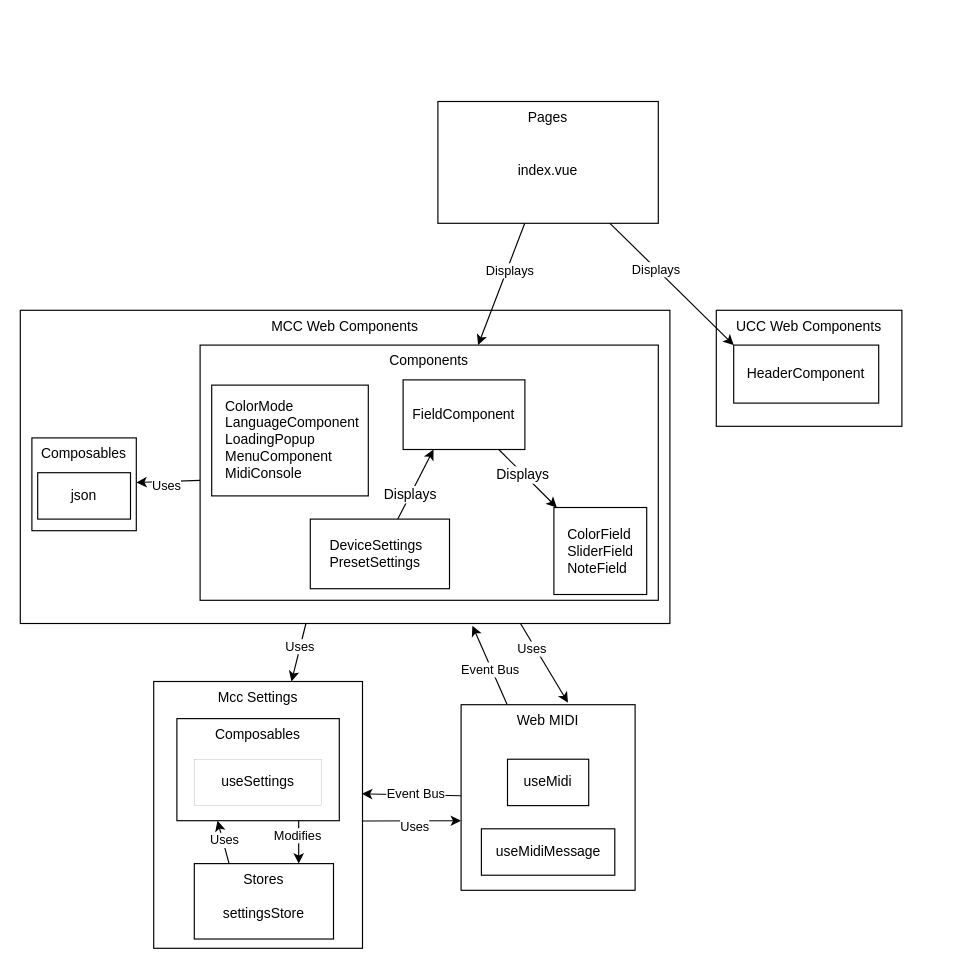
Above: drawio/mcc.drawio in ThomasColin1/rapport_pfe (draw.io), before the change. Source tidied: cells renumbered, new cells numbered last; positions are measured from the earlier drawing's top-left corner, leaving out a move shared by most shapes. Both pictures are drawn from the tidied source at 116%, with x=0, y=0 at pixel (20, 101).
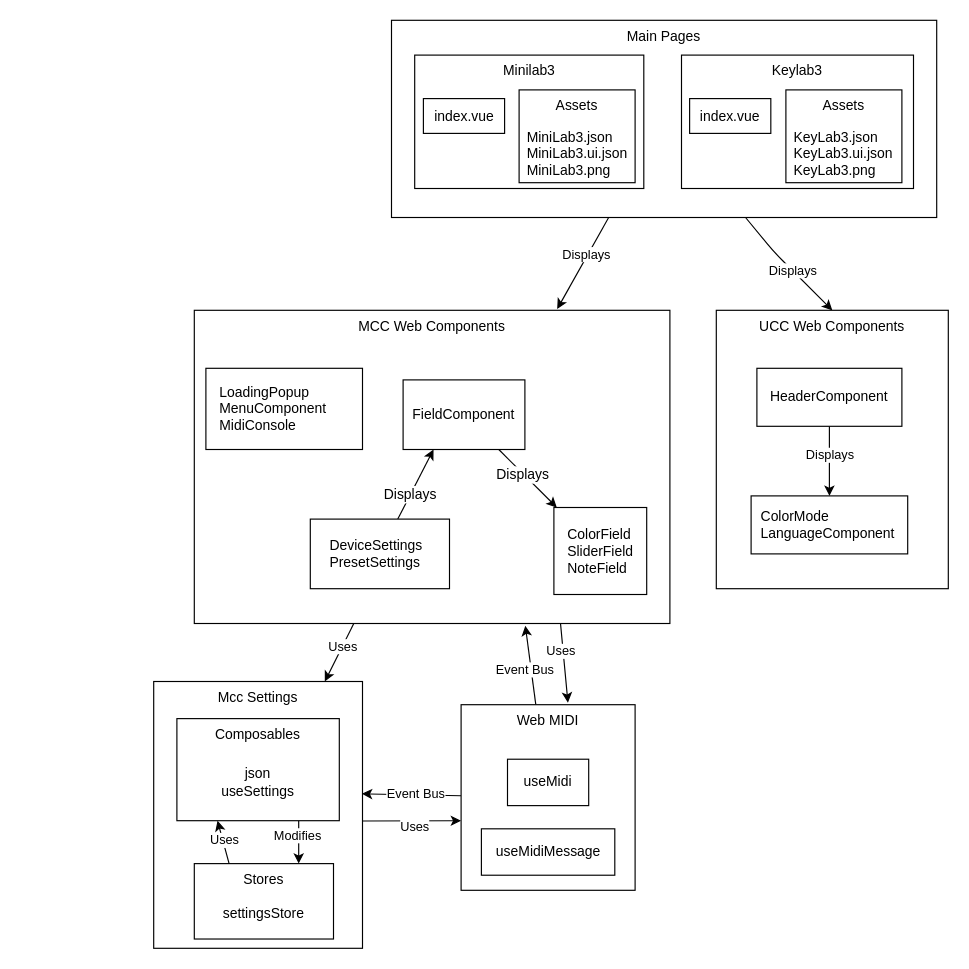
After the change.

Commit message (it also covers changes not shown here):
mcc schema npm

What changed in the source:
```diff
@@
+    <mxCell id="49" style="edgeStyle=none;html=1;entryX=0.763;entryY=-0.004;entryDx=0;entryDy=0;endArrow=classic;endFill=1;entryPerimeter=0;" parent="1" edge="1" source="53" target="12">
+      <mxGeometry relative="1" as="geometry" />
+    </mxCell>
+    <mxCell id="50" value="Displays" style="edgeLabel;html=1;align=center;verticalAlign=middle;" parent="49" vertex="1">
+      <mxGeometry x="-0.19" y="-2" relative="1" as="geometry" />
+    </mxCell>
+    <mxCell id="51" style="edgeStyle=none;html=1;entryX=0.5;entryY=0;entryDx=0;entryDy=0;endArrow=classic;endFill=1;" parent="1" edge="1" source="53" target="45">
+      <mxGeometry relative="1" as="geometry">
+        <Array as="points">
+          <mxPoint x="650" y="130" />
+        </Array>
+      </mxGeometry>
+    </mxCell>
+    <mxCell id="52" value="Displays" style="edgeLabel;html=1;align=center;verticalAlign=middle;" parent="51" vertex="1">
+      <mxGeometry x="0.11" relative="1" as="geometry" />
+    </mxCell>
+    <mxCell id="53" value="Main Pages" style="whiteSpace=wrap;html=1;verticalAlign=top;" parent="1" vertex="1">
+      <mxGeometry x="320" y="-70" width="470" height="170" as="geometry" />
+    </mxCell>
@@
     <mxCell id="12" value="MCC Web Components&lt;br&gt;" style="whiteSpace=wrap;html=1;verticalAlign=top;" parent="1" vertex="1">
-      <mxGeometry y="180" width="560" height="270" as="geometry" />
+      <mxGeometry x="150" y="180" width="410" height="270" as="geometry" />
     </mxCell>
-    <mxCell id="13" style="edgeStyle=none;html=1;" parent="1" edge="1" source="15" target="39">
-      <mxGeometry relative="1" as="geometry" />
-    </mxCell>
-    <mxCell id="14" value="Uses" style="edgeLabel;html=1;align=center;verticalAlign=middle;" parent="13" vertex="1">
-      <mxGeometry x="-0.37" relative="1" as="geometry">
-        <mxPoint x="-13" y="3" as="offset" />
-      </mxGeometry>
-    </mxCell>
-    <mxCell id="15" value="Components&lt;br&gt;" style="whiteSpace=wrap;html=1;verticalAlign=top;" parent="1" vertex="1">
-      <mxGeometry x="155" y="210" width="395" height="220" as="geometry" />
-    </mxCell>
@@
-    <mxCell id="22" style="edgeStyle=none;html=1;" parent="1" edge="1" source="24" target="15">
-      <mxGeometry relative="1" as="geometry" />
-    </mxCell>
-    <mxCell id="23" value="Displays" style="edgeLabel;html=1;align=center;verticalAlign=middle;" parent="22" vertex="1">
-      <mxGeometry x="-0.24" y="2" relative="1" as="geometry" />
-    </mxCell>
-    <mxCell id="24" value="Pages&lt;br&gt;" style="whiteSpace=wrap;html=1;verticalAlign=top;" parent="1" vertex="1">
-      <mxGeometry x="360" width="190" height="105" as="geometry" />
+    <mxCell id="24" value="Minilab3" style="whiteSpace=wrap;html=1;verticalAlign=top;" parent="1" vertex="1">
+      <mxGeometry x="340" y="-40" width="197.5" height="115" as="geometry" />
     </mxCell>
-    <mxCell id="25" value="index.vue" style="text;strokeColor=none;align=center;fillColor=none;html=1;verticalAlign=middle;whiteSpace=wrap;rounded=0;" parent="1" vertex="1">
-      <mxGeometry x="375" y="25" width="160" height="70" as="geometry" />
+    <mxCell id="25" value="index.vue" style="text;strokeColor=default;align=center;fillColor=none;html=1;verticalAlign=middle;whiteSpace=wrap;rounded=0;" parent="1" vertex="1">
+      <mxGeometry x="347.5" y="-2.5" width="70" height="30" as="geometry" />
     </mxCell>
@@
     <mxCell id="36" style="whiteSpace=wrap;html=1;strokeWidth=1;fontSize=12;" parent="1" vertex="1">
-      <mxGeometry x="165" y="244.5" width="135" height="95.5" as="geometry" />
+      <mxGeometry x="160" y="230" width="135" height="70" as="geometry" />
     </mxCell>
-    <mxCell id="37" value="ColorMode&lt;br style=&quot;font-size: 12px;&quot;&gt;LanguageComponent&lt;br style=&quot;font-size: 12px;&quot;&gt;LoadingPopup&lt;br style=&quot;font-size: 12px;&quot;&gt;MenuComponent&lt;br style=&quot;font-size: 12px;&quot;&gt;MidiConsole" style="text;strokeColor=none;align=left;fillColor=none;html=1;verticalAlign=top;whiteSpace=wrap;rounded=0;spacingTop=0;fontSize=12;spacing=2;strokeWidth=1;" parent="1" vertex="1">
-      <mxGeometry x="175" y="248.5" width="125" height="101.5" as="geometry" />
+    <mxCell id="37" value="LoadingPopup&lt;br style=&quot;font-size: 12px;&quot;&gt;MenuComponent&lt;br style=&quot;font-size: 12px;&quot;&gt;MidiConsole" style="text;strokeColor=none;align=left;fillColor=none;html=1;verticalAlign=top;whiteSpace=wrap;rounded=0;spacingTop=0;fontSize=12;spacing=2;strokeWidth=1;" parent="1" vertex="1">
+      <mxGeometry x="170" y="237.2" width="125" height="50" as="geometry" />
     </mxCell>
@@
-    <mxCell id="39" value="Composables" style="whiteSpace=wrap;html=1;verticalAlign=top;" parent="1" vertex="1">
-      <mxGeometry x="10" y="290" width="90" height="80" as="geometry" />
-    </mxCell>
@@
-    <mxCell id="41" value="useSettings" style="whiteSpace=wrap;html=1;strokeWidth=0;fontSize=12;" parent="1" vertex="1">
+    <mxCell id="41" value="json&lt;br&gt;useSettings" style="whiteSpace=wrap;html=1;strokeWidth=1;fontSize=12;strokeColor=none;" parent="1" vertex="1">
       <mxGeometry x="150" y="567" width="110" height="40" as="geometry" />
     </mxCell>
@@
-    <mxCell id="44" value="json" style="whiteSpace=wrap;html=1;strokeWidth=1;fontSize=12;" parent="1" vertex="1">
-      <mxGeometry x="15" y="320" width="80" height="40" as="geometry" />
-    </mxCell>
     <mxCell id="45" value="UCC Web Components" style="whiteSpace=wrap;html=1;verticalAlign=top;" parent="1" vertex="1">
-      <mxGeometry x="600" y="180" width="160" height="100" as="geometry" />
+      <mxGeometry x="600" y="180" width="200" height="240" as="geometry" />
     </mxCell>
+    <mxCell id="54" style="edgeStyle=none;html=1;endArrow=classic;endFill=1;" parent="1" edge="1" source="46" target="62">
+      <mxGeometry relative="1" as="geometry" />
+    </mxCell>
+    <mxCell id="55" value="Displays" style="edgeLabel;html=1;align=center;verticalAlign=middle;" parent="54" vertex="1">
+      <mxGeometry x="-0.21" relative="1" as="geometry" />
+    </mxCell>
     <mxCell id="46" value="HeaderComponent" style="whiteSpace=wrap;html=1;strokeWidth=1;fontSize=12;" parent="1" vertex="1">
-      <mxGeometry x="615" y="210" width="125" height="50" as="geometry" />
+      <mxGeometry x="635" y="230" width="125" height="50" as="geometry" />
     </mxCell>
-    <mxCell id="47" style="edgeStyle=none;html=1;entryX=0;entryY=0;entryDx=0;entryDy=0;" parent="1" edge="1" source="24" target="46">
-      <mxGeometry relative="1" as="geometry" />
-    </mxCell>
-    <mxCell id="48" value="Displays" style="edgeLabel;html=1;align=center;verticalAlign=middle;" parent="47" vertex="1">
-      <mxGeometry x="-0.26" y="-1" relative="1" as="geometry">
-        <mxPoint x="1" as="offset" />
-      </mxGeometry>
-    </mxCell>
+    <mxCell id="56" value="Keylab3" style="whiteSpace=wrap;html=1;verticalAlign=top;" parent="1" vertex="1">
+      <mxGeometry x="570" y="-40" width="200" height="115" as="geometry" />
+    </mxCell>
+    <mxCell id="57" value="Assets" style="text;strokeColor=default;align=center;fillColor=none;html=1;verticalAlign=top;whiteSpace=wrap;rounded=0;" parent="1" vertex="1">
+      <mxGeometry x="430" y="-10" width="100" height="80" as="geometry" />
+    </mxCell>
+    <mxCell id="58" value="MiniLab3.json&lt;br&gt;MiniLab3.ui.json&lt;br&gt;MiniLab3.png" style="text;html=1;align=left;verticalAlign=middle;strokeColor=none;fillColor=none;" parent="1" vertex="1">
+      <mxGeometry x="435" y="15" width="110" height="60" as="geometry" />
+    </mxCell>
+    <mxCell id="59" value="index.vue" style="text;strokeColor=default;align=center;fillColor=none;html=1;verticalAlign=middle;whiteSpace=wrap;rounded=0;" parent="1" vertex="1">
+      <mxGeometry x="577" y="-2.5" width="70" height="30" as="geometry" />
+    </mxCell>
+    <mxCell id="60" value="Assets" style="text;strokeColor=default;align=center;fillColor=none;html=1;verticalAlign=top;whiteSpace=wrap;rounded=0;" parent="1" vertex="1">
+      <mxGeometry x="660" y="-10" width="100" height="80" as="geometry" />
+    </mxCell>
+    <mxCell id="61" value="KeyLab3.json&lt;br&gt;KeyLab3.ui.json&lt;br&gt;KeyLab3.png" style="text;html=1;align=left;verticalAlign=middle;strokeColor=none;fillColor=none;" parent="1" vertex="1">
+      <mxGeometry x="665" y="15" width="110" height="60" as="geometry" />
+    </mxCell>
+    <mxCell id="62" value="&amp;nbsp; ColorMode&lt;br&gt;&amp;nbsp; LanguageComponent" style="whiteSpace=wrap;html=1;strokeWidth=1;fontSize=12;align=left;" parent="1" vertex="1">
+      <mxGeometry x="630" y="340" width="135" height="50" as="geometry" />
+    </mxCell>
```
